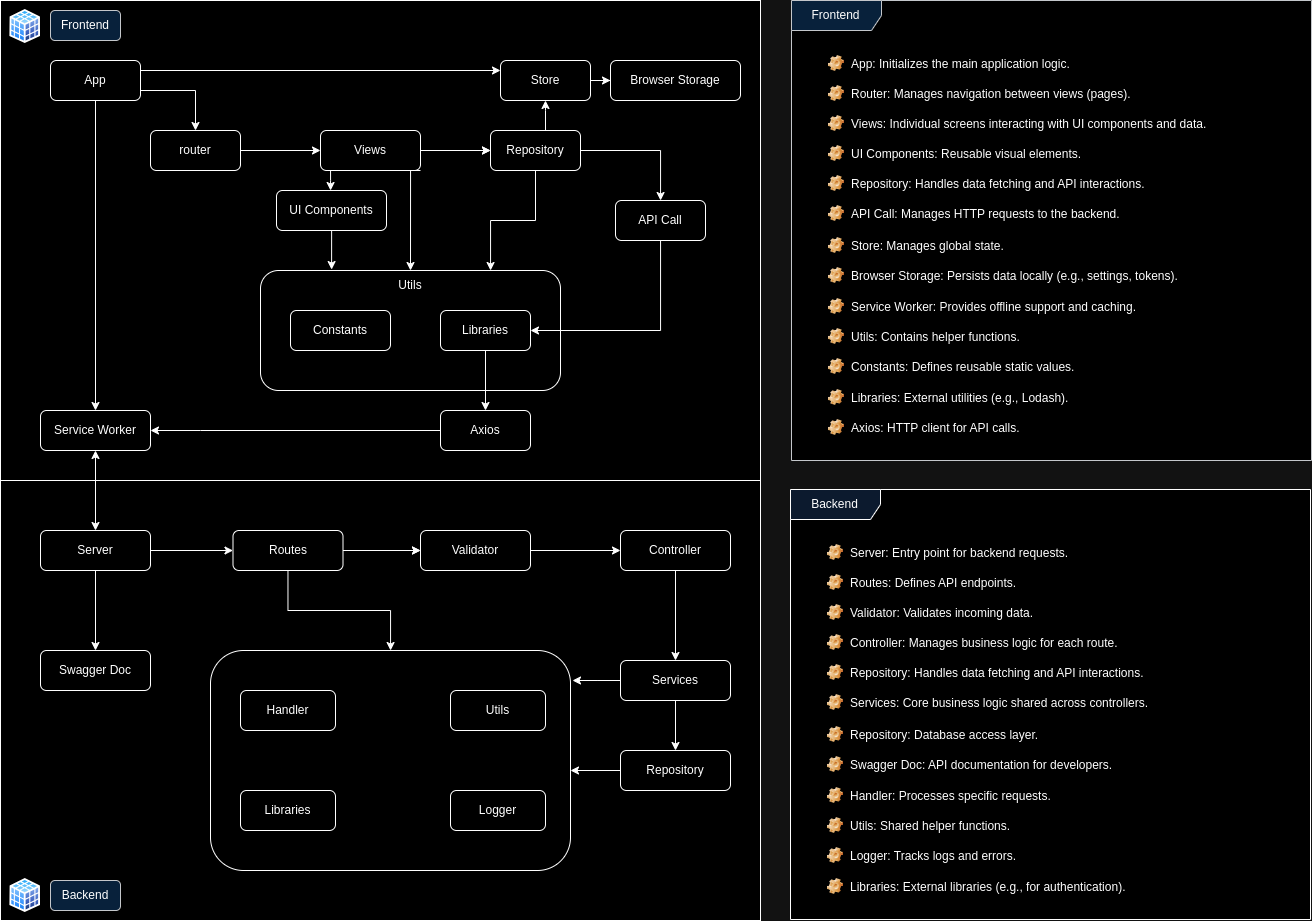
Before: doc/code_flow.png, a diagram exported from draw.io (SivaPrakasam7/Fullstack_solid_setup). Source tidied: cells renumbered, new cells last; positions are measured from the earlier drawing's top-left corner, leaving out a move shared by most shapes.
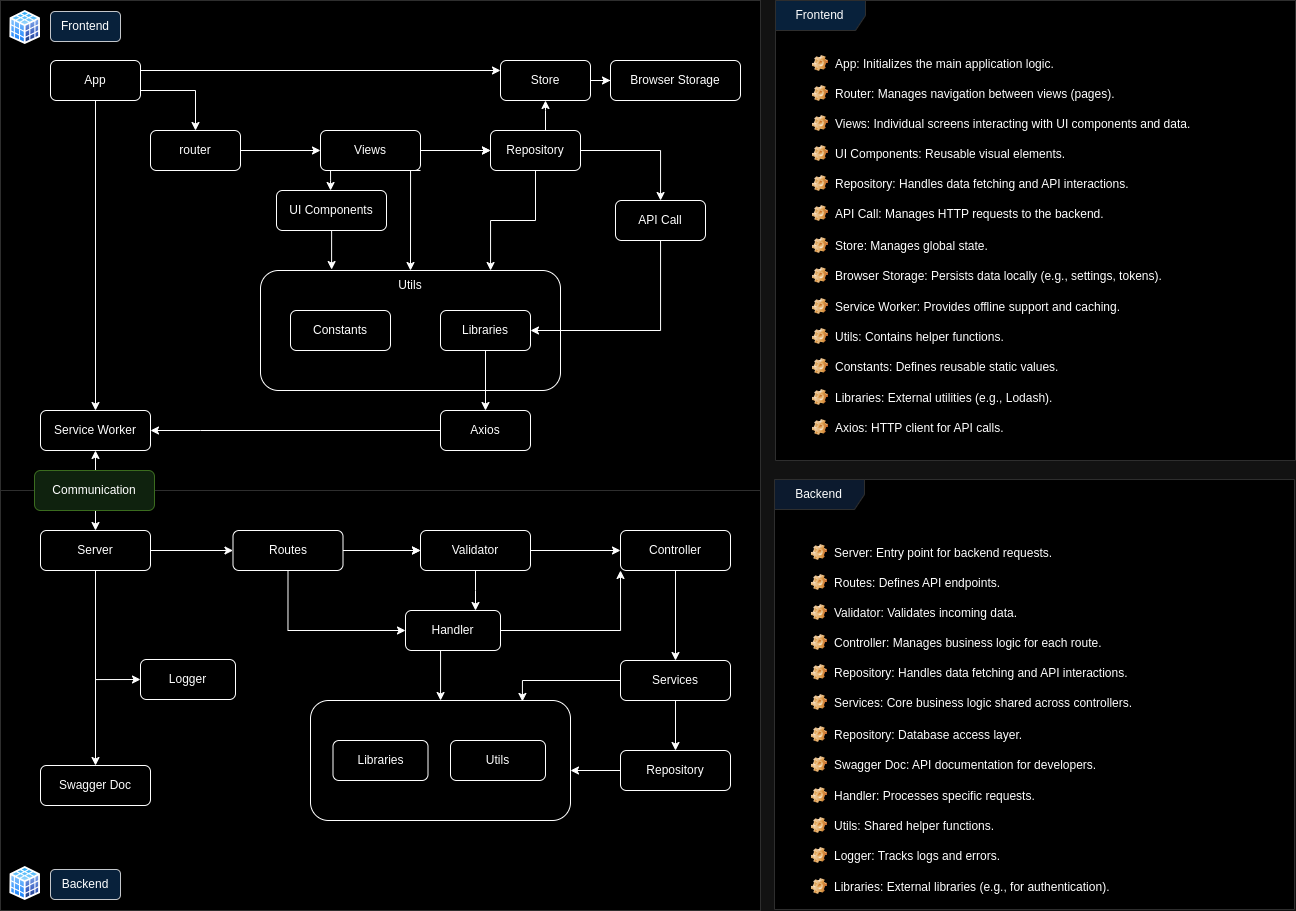
The same diagram one commit later.

Commit message:
code architectural diagram update

Diff of the diagram source:
```diff
@@ -4,7 +4,7 @@
     <mxCell id="1" parent="0" />
-    <mxCell id="2" value="&lt;p style=&quot;line-height: 0%;&quot;&gt;&lt;br&gt;&lt;/p&gt;" style="rounded=0;whiteSpace=wrap;html=1;shadow=0;glass=0;" parent="1" vertex="1">
-      <mxGeometry width="760" height="480" as="geometry" />
+    <mxCell id="2" value="&lt;p style=&quot;line-height: 0%;&quot;&gt;&lt;br&gt;&lt;/p&gt;" style="rounded=0;whiteSpace=wrap;html=1;shadow=0;glass=0;strokeColor=#D1D1D1;" parent="1" vertex="1">
+      <mxGeometry width="760" height="490" as="geometry" />
     </mxCell>
     <mxCell id="3" value="Frontend" style="text;html=1;align=center;verticalAlign=middle;whiteSpace=wrap;rounded=1;shadow=0;fillColor=#cce5ff;strokeColor=#36393d;" parent="1" vertex="1">
-      <mxGeometry x="50" y="10" width="70" height="30" as="geometry" />
+      <mxGeometry x="50" y="11" width="70" height="30" as="geometry" />
     </mxCell>
@@ -30,7 +30,7 @@
     </mxCell>
-    <mxCell id="8" value="&lt;p style=&quot;line-height: 0%;&quot;&gt;&lt;br&gt;&lt;/p&gt;" style="rounded=0;whiteSpace=wrap;html=1;shadow=0;glass=0;" parent="1" vertex="1">
-      <mxGeometry y="480" width="760" height="440" as="geometry" />
+    <mxCell id="8" value="&lt;p style=&quot;line-height: 0%;&quot;&gt;&lt;br&gt;&lt;/p&gt;" style="rounded=0;whiteSpace=wrap;html=1;shadow=0;glass=0;strokeColor=#D1D1D1;" parent="1" vertex="1">
+      <mxGeometry y="490" width="760" height="420" as="geometry" />
     </mxCell>
     <mxCell id="9" value="Backend" style="text;html=1;align=center;verticalAlign=middle;whiteSpace=wrap;rounded=1;shadow=0;fillColor=#cce5ff;strokeColor=#36393d;" parent="1" vertex="1">
-      <mxGeometry x="50" y="880" width="70" height="30" as="geometry" />
+      <mxGeometry x="50" y="869" width="70" height="30" as="geometry" />
     </mxCell>
@@ -149,2 +149,5 @@
     </mxCell>
+    <mxCell id="88" style="edgeStyle=orthogonalEdgeStyle;rounded=0;jettySize=auto;html=1;entryX=0;entryY=0.5;entryDx=0;entryDy=0;" parent="1" edge="1" source="37" target="53">
+      <mxGeometry relative="1" as="geometry" />
+    </mxCell>
     <mxCell id="37" value="Server" style="rounded=1;whiteSpace=wrap;html=1;shadow=0;" parent="1" vertex="1">
@@ -158,5 +161,17 @@
     </mxCell>
-    <mxCell id="40" style="edgeStyle=orthogonalEdgeStyle;rounded=0;jettySize=auto;html=1;shadow=0;" parent="1" edge="1" source="41" target="49">
-      <mxGeometry relative="1" as="geometry" />
+    <mxCell id="40" style="edgeStyle=orthogonalEdgeStyle;rounded=0;jettySize=auto;html=1;shadow=0;exitX=0.5;exitY=1;exitDx=0;exitDy=0;" parent="1" edge="1" source="50" target="49">
+      <mxGeometry relative="1" as="geometry">
+        <Array as="points">
+          <mxPoint x="448" y="615" />
+          <mxPoint x="440" y="615" />
+        </Array>
+      </mxGeometry>
     </mxCell>
+    <mxCell id="89" style="edgeStyle=orthogonalEdgeStyle;rounded=0;jettySize=auto;html=1;exitX=0.5;exitY=1;exitDx=0;exitDy=0;entryX=0;entryY=0.5;entryDx=0;entryDy=0;" parent="1" edge="1" source="41" target="50">
+      <mxGeometry relative="1" as="geometry">
+        <Array as="points">
+          <mxPoint x="288" y="630" />
+        </Array>
+      </mxGeometry>
+    </mxCell>
     <mxCell id="41" value="Routes" style="rounded=1;whiteSpace=wrap;html=1;shadow=0;" parent="1" vertex="1">
@@ -173,6 +188,4 @@
     </mxCell>
-    <mxCell id="45" style="edgeStyle=orthogonalEdgeStyle;rounded=0;jettySize=auto;html=1;shadow=0;" parent="1" edge="1" source="46">
-      <mxGeometry relative="1" as="geometry">
-        <mxPoint x="572" y="680" as="targetPoint" />
-      </mxGeometry>
+    <mxCell id="45" style="edgeStyle=orthogonalEdgeStyle;rounded=0;jettySize=auto;html=1;shadow=0;entryX=0.815;entryY=0.008;entryDx=0;entryDy=0;entryPerimeter=0;" parent="1" edge="1" source="46" target="49">
+      <mxGeometry relative="1" as="geometry" />
     </mxCell>
@@ -192,18 +205,21 @@
     <mxCell id="49" style="whiteSpace=wrap;html=1;rounded=1;shadow=0;" parent="1" vertex="1">
-      <mxGeometry x="210" y="650" width="360" height="220" as="geometry" />
+      <mxGeometry x="310" y="700" width="260" height="120" as="geometry" />
     </mxCell>
+    <mxCell id="90" style="edgeStyle=orthogonalEdgeStyle;rounded=0;jettySize=auto;html=1;entryX=0;entryY=1;entryDx=0;entryDy=0;" parent="1" edge="1" source="50" target="43">
+      <mxGeometry relative="1" as="geometry" />
+    </mxCell>
     <mxCell id="50" value="Handler" style="rounded=1;whiteSpace=wrap;html=1;shadow=0;" parent="1" vertex="1">
-      <mxGeometry x="240" y="690" width="95" height="40" as="geometry" />
+      <mxGeometry x="405" y="610" width="95" height="40" as="geometry" />
     </mxCell>
     <mxCell id="51" value="Utils" style="rounded=1;whiteSpace=wrap;html=1;shadow=0;" parent="1" vertex="1">
-      <mxGeometry x="450" y="690" width="95" height="40" as="geometry" />
+      <mxGeometry x="450" y="740" width="95" height="40" as="geometry" />
     </mxCell>
     <mxCell id="52" value="Libraries" style="rounded=1;whiteSpace=wrap;html=1;shadow=0;" parent="1" vertex="1">
-      <mxGeometry x="240" y="790" width="95" height="40" as="geometry" />
+      <mxGeometry x="332.5" y="740" width="95" height="40" as="geometry" />
     </mxCell>
     <mxCell id="53" value="Logger" style="rounded=1;whiteSpace=wrap;html=1;shadow=0;" parent="1" vertex="1">
-      <mxGeometry x="450" y="790" width="95" height="40" as="geometry" />
+      <mxGeometry x="140" y="659" width="95" height="40" as="geometry" />
     </mxCell>
     <mxCell id="54" value="Swagger Doc" style="rounded=1;whiteSpace=wrap;html=1;shadow=0;" parent="1" vertex="1">
-      <mxGeometry x="40" y="650" width="110" height="40" as="geometry" />
+      <mxGeometry x="40" y="765" width="110" height="40" as="geometry" />
     </mxCell>
@@ -212,2 +228,10 @@
     </mxCell>
+    <mxCell id="91" style="edgeStyle=orthogonalEdgeStyle;rounded=0;jettySize=auto;html=1;" parent="1" edge="1" source="56" target="50">
+      <mxGeometry relative="1" as="geometry">
+        <Array as="points">
+          <mxPoint x="475" y="590" />
+          <mxPoint x="475" y="590" />
+        </Array>
+      </mxGeometry>
+    </mxCell>
     <mxCell id="56" value="Validator" style="rounded=1;whiteSpace=wrap;html=1;shadow=0;" parent="1" vertex="1">
@@ -225,89 +249,92 @@
     </mxCell>
-    <mxCell id="59" value="Frontend" style="shape=umlFrame;whiteSpace=wrap;html=1;width=90;height=30;swimlaneFillColor=#FFFFFF;fillColor=#cce5ff;strokeColor=#36393d;" parent="1" vertex="1">
-      <mxGeometry x="791" width="520" height="460" as="geometry" />
+    <mxCell id="59" value="Frontend" style="shape=umlFrame;whiteSpace=wrap;html=1;width=90;height=30;swimlaneFillColor=#FFFFFF;fillColor=#cce5ff;strokeColor=#D1D1D1;" parent="1" vertex="1">
+      <mxGeometry x="775" width="520" height="460" as="geometry" />
     </mxCell>
     <mxCell id="60" value="App: Initializes the main application logic." style="label;fontStyle=0;strokeColor=none;fillColor=none;align=left;verticalAlign=top;overflow=hidden;spacingLeft=28;spacingRight=4;imageWidth=16;imageHeight=16;whiteSpace=wrap;html=1;image=img/clipart/Gear_128x128.png;" parent="1" vertex="1">
-      <mxGeometry x="821" y="50" width="310" height="26" as="geometry" />
+      <mxGeometry x="805" y="50" width="310" height="26" as="geometry" />
     </mxCell>
     <mxCell id="61" value="Router: Manages navigation between views (pages)." style="label;fontStyle=0;strokeColor=none;fillColor=none;align=left;verticalAlign=top;overflow=hidden;spacingLeft=28;spacingRight=4;imageWidth=16;imageHeight=16;whiteSpace=wrap;html=1;image=img/clipart/Gear_128x128.png;rounded=1;" parent="1" vertex="1">
-      <mxGeometry x="821" y="80" width="340" height="26" as="geometry" />
+      <mxGeometry x="805" y="80" width="340" height="26" as="geometry" />
     </mxCell>
     <mxCell id="62" value="Views: Individual screens interacting with UI components and data." style="label;fontStyle=0;strokeColor=none;fillColor=none;align=left;verticalAlign=top;overflow=hidden;spacingLeft=28;spacingRight=4;imageWidth=16;imageHeight=16;whiteSpace=wrap;html=1;image=img/clipart/Gear_128x128.png;rounded=1;" parent="1" vertex="1">
-      <mxGeometry x="821" y="110" width="410" height="26" as="geometry" />
+      <mxGeometry x="805" y="110" width="410" height="26" as="geometry" />
     </mxCell>
     <mxCell id="63" value="UI Components: Reusable visual elements." style="label;fontStyle=0;strokeColor=none;fillColor=none;align=left;verticalAlign=top;overflow=hidden;spacingLeft=28;spacingRight=4;imageWidth=16;imageHeight=16;whiteSpace=wrap;html=1;image=img/clipart/Gear_128x128.png;rounded=1;" parent="1" vertex="1">
-      <mxGeometry x="821" y="140" width="310" height="26" as="geometry" />
+      <mxGeometry x="805" y="140" width="310" height="26" as="geometry" />
     </mxCell>
     <mxCell id="64" value="Repository: Handles data fetching and API interactions." style="label;fontStyle=0;strokeColor=none;fillColor=none;align=left;verticalAlign=top;overflow=hidden;spacingLeft=28;spacingRight=4;imageWidth=16;imageHeight=16;whiteSpace=wrap;html=1;image=img/clipart/Gear_128x128.png;rounded=1;" parent="1" vertex="1">
-      <mxGeometry x="821" y="170" width="450" height="26" as="geometry" />
+      <mxGeometry x="805" y="170" width="450" height="26" as="geometry" />
     </mxCell>
     <mxCell id="65" value="API Call: Manages HTTP requests to the backend." style="label;fontStyle=0;strokeColor=none;fillColor=none;align=left;verticalAlign=top;overflow=hidden;spacingLeft=28;spacingRight=4;imageWidth=16;imageHeight=16;whiteSpace=wrap;html=1;image=img/clipart/Gear_128x128.png;rounded=1;" parent="1" vertex="1">
-      <mxGeometry x="821" y="200" width="450" height="26" as="geometry" />
+      <mxGeometry x="805" y="200" width="450" height="26" as="geometry" />
     </mxCell>
     <mxCell id="66" value="Store: Manages global state." style="label;fontStyle=0;strokeColor=none;fillColor=none;align=left;verticalAlign=top;overflow=hidden;spacingLeft=28;spacingRight=4;imageWidth=16;imageHeight=16;whiteSpace=wrap;html=1;image=img/clipart/Gear_128x128.png;rounded=1;" parent="1" vertex="1">
-      <mxGeometry x="821" y="232" width="450" height="26" as="geometry" />
+      <mxGeometry x="805" y="232" width="450" height="26" as="geometry" />
     </mxCell>
     <mxCell id="67" value="Browser Storage: Persists data locally (e.g., settings, tokens)." style="label;fontStyle=0;strokeColor=none;fillColor=none;align=left;verticalAlign=top;overflow=hidden;spacingLeft=28;spacingRight=4;imageWidth=16;imageHeight=16;whiteSpace=wrap;html=1;image=img/clipart/Gear_128x128.png;rounded=1;" parent="1" vertex="1">
-      <mxGeometry x="821" y="262" width="450" height="26" as="geometry" />
+      <mxGeometry x="805" y="262" width="450" height="26" as="geometry" />
     </mxCell>
     <mxCell id="68" value="Service Worker: Provides offline support and caching." style="label;fontStyle=0;strokeColor=none;fillColor=none;align=left;verticalAlign=top;overflow=hidden;spacingLeft=28;spacingRight=4;imageWidth=16;imageHeight=16;whiteSpace=wrap;html=1;image=img/clipart/Gear_128x128.png;rounded=1;" parent="1" vertex="1">
-      <mxGeometry x="821" y="293" width="450" height="26" as="geometry" />
+      <mxGeometry x="805" y="293" width="450" height="26" as="geometry" />
     </mxCell>
     <mxCell id="69" value="Utils: Contains helper functions." style="label;fontStyle=0;strokeColor=none;fillColor=none;align=left;verticalAlign=top;overflow=hidden;spacingLeft=28;spacingRight=4;imageWidth=16;imageHeight=16;whiteSpace=wrap;html=1;image=img/clipart/Gear_128x128.png;rounded=1;" parent="1" vertex="1">
-      <mxGeometry x="821" y="323" width="450" height="26" as="geometry" />
+      <mxGeometry x="805" y="323" width="450" height="26" as="geometry" />
     </mxCell>
     <mxCell id="70" value="Constants: Defines reusable static values." style="label;fontStyle=0;strokeColor=none;fillColor=none;align=left;verticalAlign=top;overflow=hidden;spacingLeft=28;spacingRight=4;imageWidth=16;imageHeight=16;whiteSpace=wrap;html=1;image=img/clipart/Gear_128x128.png;rounded=1;" parent="1" vertex="1">
-      <mxGeometry x="821" y="353" width="450" height="26" as="geometry" />
+      <mxGeometry x="805" y="353" width="450" height="26" as="geometry" />
     </mxCell>
     <mxCell id="71" value="Libraries: External utilities (e.g., Lodash)." style="label;fontStyle=0;strokeColor=none;fillColor=none;align=left;verticalAlign=top;overflow=hidden;spacingLeft=28;spacingRight=4;imageWidth=16;imageHeight=16;whiteSpace=wrap;html=1;image=img/clipart/Gear_128x128.png;rounded=1;" parent="1" vertex="1">
-      <mxGeometry x="821" y="384" width="450" height="26" as="geometry" />
+      <mxGeometry x="805" y="384" width="450" height="26" as="geometry" />
     </mxCell>
     <mxCell id="72" value="Axios: HTTP client for API calls." style="label;fontStyle=0;strokeColor=none;fillColor=none;align=left;verticalAlign=top;overflow=hidden;spacingLeft=28;spacingRight=4;imageWidth=16;imageHeight=16;whiteSpace=wrap;html=1;image=img/clipart/Gear_128x128.png;rounded=1;" parent="1" vertex="1">
-      <mxGeometry x="821" y="414" width="450" height="26" as="geometry" />
+      <mxGeometry x="805" y="414" width="450" height="26" as="geometry" />
     </mxCell>
-    <mxCell id="73" value="Backend" style="shape=umlFrame;whiteSpace=wrap;html=1;width=90;height=30;swimlaneFillColor=default;fillColor=#dae8fc;strokeColor=default;" parent="1" vertex="1">
-      <mxGeometry x="790" y="489" width="520" height="430" as="geometry" />
+    <mxCell id="73" value="Backend" style="shape=umlFrame;whiteSpace=wrap;html=1;width=90;height=30;swimlaneFillColor=default;fillColor=#dae8fc;strokeColor=#D1D1D1;" parent="1" vertex="1">
+      <mxGeometry x="774" y="479" width="520" height="430" as="geometry" />
     </mxCell>
     <mxCell id="74" value="Server: Entry point for backend requests." style="label;fontStyle=0;strokeColor=none;fillColor=none;align=left;verticalAlign=top;overflow=hidden;spacingLeft=28;spacingRight=4;imageWidth=16;imageHeight=16;whiteSpace=wrap;html=1;image=img/clipart/Gear_128x128.png;" parent="1" vertex="1">
-      <mxGeometry x="820" y="539" width="310" height="26" as="geometry" />
+      <mxGeometry x="804" y="539" width="310" height="26" as="geometry" />
     </mxCell>
     <mxCell id="75" value="Routes: Defines API endpoints." style="label;fontStyle=0;strokeColor=none;fillColor=none;align=left;verticalAlign=top;overflow=hidden;spacingLeft=28;spacingRight=4;imageWidth=16;imageHeight=16;whiteSpace=wrap;html=1;image=img/clipart/Gear_128x128.png;rounded=1;" parent="1" vertex="1">
-      <mxGeometry x="820" y="569" width="340" height="26" as="geometry" />
+      <mxGeometry x="804" y="569" width="340" height="26" as="geometry" />
     </mxCell>
     <mxCell id="76" value="Validator: Validates incoming data." style="label;fontStyle=0;strokeColor=none;fillColor=none;align=left;verticalAlign=top;overflow=hidden;spacingLeft=28;spacingRight=4;imageWidth=16;imageHeight=16;whiteSpace=wrap;html=1;image=img/clipart/Gear_128x128.png;rounded=1;" parent="1" vertex="1">
-      <mxGeometry x="820" y="599" width="410" height="26" as="geometry" />
+      <mxGeometry x="804" y="599" width="410" height="26" as="geometry" />
     </mxCell>
     <mxCell id="77" value="Controller: Manages business logic for each route." style="label;fontStyle=0;strokeColor=none;fillColor=none;align=left;verticalAlign=top;overflow=hidden;spacingLeft=28;spacingRight=4;imageWidth=16;imageHeight=16;whiteSpace=wrap;html=1;image=img/clipart/Gear_128x128.png;rounded=1;" parent="1" vertex="1">
-      <mxGeometry x="820" y="629" width="310" height="26" as="geometry" />
+      <mxGeometry x="804" y="629" width="310" height="26" as="geometry" />
     </mxCell>
     <mxCell id="78" value="Repository: Handles data fetching and API interactions." style="label;fontStyle=0;strokeColor=none;fillColor=none;align=left;verticalAlign=top;overflow=hidden;spacingLeft=28;spacingRight=4;imageWidth=16;imageHeight=16;whiteSpace=wrap;html=1;image=img/clipart/Gear_128x128.png;rounded=1;" parent="1" vertex="1">
-      <mxGeometry x="820" y="659" width="450" height="26" as="geometry" />
+      <mxGeometry x="804" y="659" width="450" height="26" as="geometry" />
     </mxCell>
     <mxCell id="79" value="Services: Core business logic shared across controllers." style="label;fontStyle=0;strokeColor=none;fillColor=none;align=left;verticalAlign=top;overflow=hidden;spacingLeft=28;spacingRight=4;imageWidth=16;imageHeight=16;whiteSpace=wrap;html=1;image=img/clipart/Gear_128x128.png;rounded=1;" parent="1" vertex="1">
-      <mxGeometry x="820" y="689" width="450" height="26" as="geometry" />
+      <mxGeometry x="804" y="689" width="450" height="26" as="geometry" />
     </mxCell>
     <mxCell id="80" value="Repository: Database access layer." style="label;fontStyle=0;strokeColor=none;fillColor=none;align=left;verticalAlign=top;overflow=hidden;spacingLeft=28;spacingRight=4;imageWidth=16;imageHeight=16;whiteSpace=wrap;html=1;image=img/clipart/Gear_128x128.png;rounded=1;" parent="1" vertex="1">
-      <mxGeometry x="820" y="721" width="450" height="26" as="geometry" />
+      <mxGeometry x="804" y="721" width="450" height="26" as="geometry" />
     </mxCell>
     <mxCell id="81" value="Swagger Doc: API documentation for developers." style="label;fontStyle=0;strokeColor=none;fillColor=none;align=left;verticalAlign=top;overflow=hidden;spacingLeft=28;spacingRight=4;imageWidth=16;imageHeight=16;whiteSpace=wrap;html=1;image=img/clipart/Gear_128x128.png;rounded=1;" parent="1" vertex="1">
-      <mxGeometry x="820" y="751" width="450" height="26" as="geometry" />
+      <mxGeometry x="804" y="751" width="450" height="26" as="geometry" />
     </mxCell>
     <mxCell id="82" value="Handler: Processes specific requests." style="label;fontStyle=0;strokeColor=none;fillColor=none;align=left;verticalAlign=top;overflow=hidden;spacingLeft=28;spacingRight=4;imageWidth=16;imageHeight=16;whiteSpace=wrap;html=1;image=img/clipart/Gear_128x128.png;rounded=1;" parent="1" vertex="1">
-      <mxGeometry x="820" y="782" width="450" height="26" as="geometry" />
+      <mxGeometry x="804" y="782" width="450" height="26" as="geometry" />
     </mxCell>
     <mxCell id="83" value="Utils: Shared helper functions." style="label;fontStyle=0;strokeColor=none;fillColor=none;align=left;verticalAlign=top;overflow=hidden;spacingLeft=28;spacingRight=4;imageWidth=16;imageHeight=16;whiteSpace=wrap;html=1;image=img/clipart/Gear_128x128.png;rounded=1;" parent="1" vertex="1">
-      <mxGeometry x="820" y="812" width="450" height="26" as="geometry" />
+      <mxGeometry x="804" y="812" width="450" height="26" as="geometry" />
     </mxCell>
     <mxCell id="84" value="Logger: Tracks logs and errors." style="label;fontStyle=0;strokeColor=none;fillColor=none;align=left;verticalAlign=top;overflow=hidden;spacingLeft=28;spacingRight=4;imageWidth=16;imageHeight=16;whiteSpace=wrap;html=1;image=img/clipart/Gear_128x128.png;rounded=1;" parent="1" vertex="1">
-      <mxGeometry x="820" y="842" width="450" height="26" as="geometry" />
+      <mxGeometry x="804" y="842" width="450" height="26" as="geometry" />
     </mxCell>
     <mxCell id="85" value="Libraries: External libraries (e.g., for authentication)." style="label;fontStyle=0;strokeColor=none;fillColor=none;align=left;verticalAlign=top;overflow=hidden;spacingLeft=28;spacingRight=4;imageWidth=16;imageHeight=16;whiteSpace=wrap;html=1;image=img/clipart/Gear_128x128.png;rounded=1;" parent="1" vertex="1">
-      <mxGeometry x="820" y="873" width="450" height="26" as="geometry" />
+      <mxGeometry x="804" y="873" width="450" height="26" as="geometry" />
     </mxCell>
     <mxCell id="86" style="image;perimeter=ellipsePerimeter;html=1;align=center;shadow=0;dashed=0;spacingTop=3;image=img/lib/active_directory/database_cube.svg;" parent="1" vertex="1">
-      <mxGeometry x="9.4" y="9" width="30.6" height="34" as="geometry" />
+      <mxGeometry x="9.4" y="10" width="30.6" height="34" as="geometry" />
     </mxCell>
     <mxCell id="87" style="image;perimeter=ellipsePerimeter;html=1;align=center;shadow=0;dashed=0;spacingTop=3;image=img/lib/active_directory/database_cube.svg;" parent="1" vertex="1">
-      <mxGeometry x="9.4" y="878" width="30.6" height="34" as="geometry" />
+      <mxGeometry x="9.4" y="866" width="30.6" height="34" as="geometry" />
     </mxCell>
+    <mxCell id="92" value="Communication" style="rounded=1;whiteSpace=wrap;html=1;fillColor=#d5e8d4;strokeColor=#82b366;" parent="1" vertex="1">
+      <mxGeometry x="34" y="470" width="120" height="40" as="geometry" />
+    </mxCell>
   </root>
```
